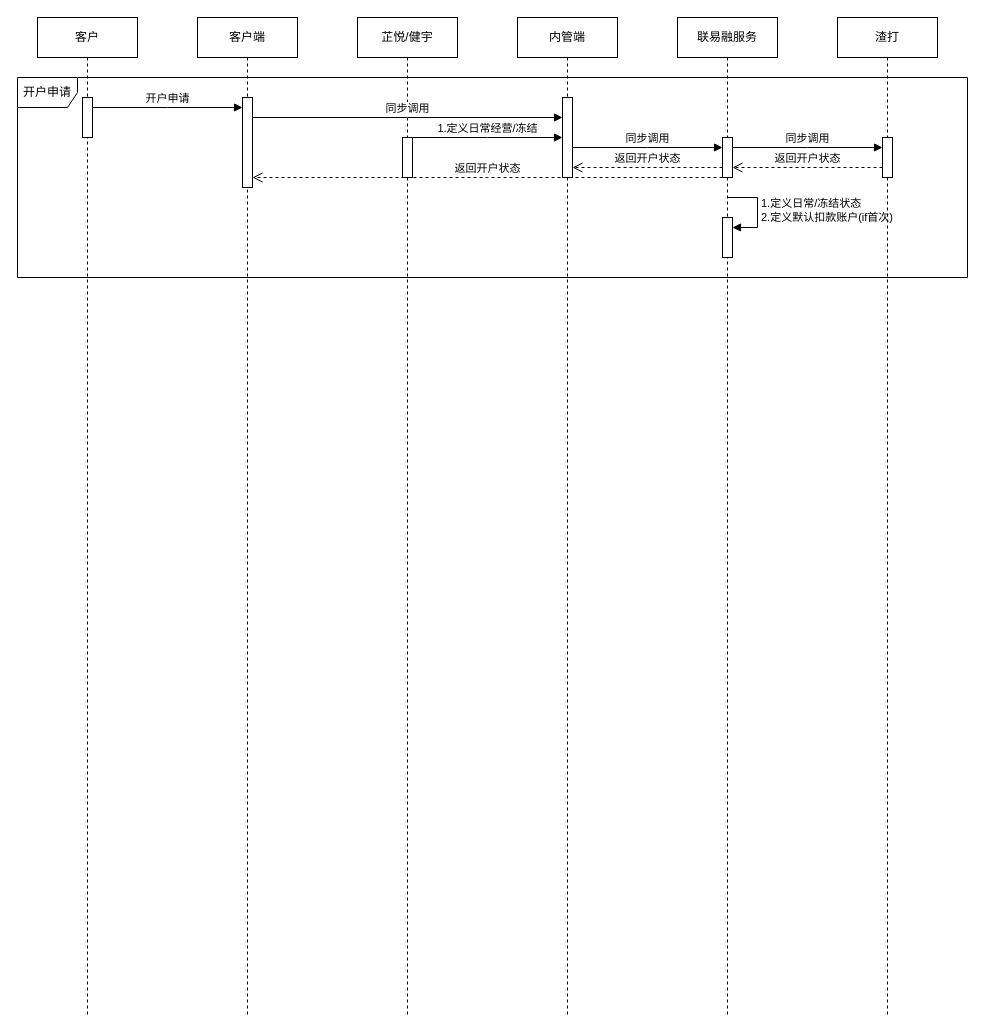
Earlier version of the draw.io diagram LLSI/账户开户状态.drawio (0573xieguojia/To-program). Source tidied: cells renumbered, new cells numbered last; positions are measured from the earlier drawing's top-left corner, leaving out a move shared by most shapes. Both pictures are drawn from the tidied source at 100%, with x=0, y=0 at pixel (17, 17).
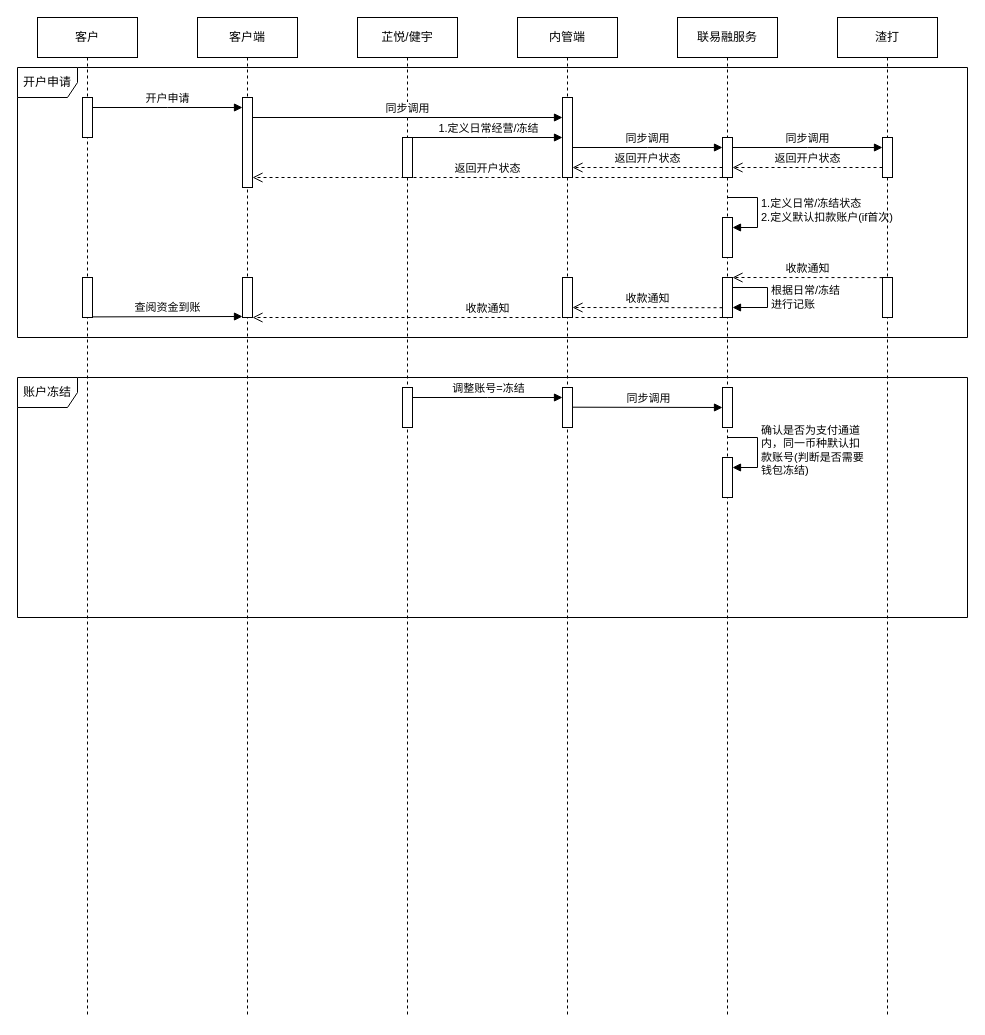
The same page after the edit.

Commit message (it also covers changes not shown here):
更新账户开户状态.drawio

The change refers to these unchanged cells:
```xml
<mxCell id="4" value="客户端" style="shape=umlLifeline;perimeter=lifelinePerimeter;whiteSpace=wrap;html=1;newEdgeStyle={&quot;edgeStyle&quot;:&quot;elbowEdgeStyle&quot;,&quot;elbow&quot;:&quot;vertical&quot;,&quot;curved&quot;:0,&quot;rounded&quot;:0};" parent="1" vertex="1">
  <mxGeometry x="180" width="100" height="1000" as="geometry" />
</mxCell>
<mxCell id="8" value="联易融服务" style="shape=umlLifeline;perimeter=lifelinePerimeter;whiteSpace=wrap;html=1;newEdgeStyle={&quot;edgeStyle&quot;:&quot;elbowEdgeStyle&quot;,&quot;elbow&quot;:&quot;vertical&quot;,&quot;curved&quot;:0,&quot;rounded&quot;:0};" parent="1" vertex="1">
  <mxGeometry x="660" width="100" height="1000" as="geometry" />
</mxCell>
```

What changed in the source:
```diff
@@
+    <mxCell id="25" style="html=1;perimeter=orthogonalPerimeter;targetShapes=umlLifeline;newEdgeStyle={&quot;edgeStyle&quot;:&quot;elbowEdgeStyle&quot;,&quot;elbow&quot;:&quot;vertical&quot;,&quot;curved&quot;:0,&quot;rounded&quot;:0};" parent="4" vertex="1">
+      <mxGeometry x="45" y="260" width="10" height="40" as="geometry" />
+    </mxCell>
@@
+    <mxCell id="26" style="html=1;points=[];perimeter=orthogonalPerimeter;outlineConnect=0;targetShapes=umlLifeline;portConstraint=eastwest;newEdgeStyle={&quot;edgeStyle&quot;:&quot;elbowEdgeStyle&quot;,&quot;elbow&quot;:&quot;vertical&quot;,&quot;curved&quot;:0,&quot;rounded&quot;:0};" parent="8" vertex="1">
+      <mxGeometry x="45" y="440" width="10" height="40" as="geometry" />
+    </mxCell>
+    <mxCell id="27" value="确认是否为支付通道&lt;br&gt;内，同一币种默认扣&lt;br&gt;款账号(判断是否需要&lt;br&gt;钱包冻结)" style="html=1;align=left;spacingLeft=2;endArrow=block;rounded=0;edgeStyle=orthogonalEdgeStyle;curved=0;rounded=0;" parent="8" edge="1" target="26">
+      <mxGeometry relative="1" as="geometry">
+        <mxPoint x="50" y="420" as="sourcePoint" />
+        <Array as="points">
+          <mxPoint x="80" y="450" />
+        </Array>
+      </mxGeometry>
+    </mxCell>
@@
     <mxCell id="15" value="开户申请" style="shape=umlFrame;whiteSpace=wrap;html=1;" parent="1" vertex="1">
-      <mxGeometry y="60" width="950" height="200" as="geometry" />
+      <mxGeometry y="50" width="950" height="270" as="geometry" />
     </mxCell>
@@
     <mxCell id="18" value="1.定义日常经营/冻结" style="html=1;verticalAlign=bottom;endArrow=block;edgeStyle=elbowEdgeStyle;elbow=vertical;curved=0;rounded=0;" parent="1" edge="1">
-      <mxGeometry relative="1" as="geometry">
+      <mxGeometry x="0.01" relative="1" as="geometry">
         <mxPoint x="395" y="120" as="sourcePoint" />
         <mxPoint x="545" y="120" as="targetPoint" />
       </mxGeometry>
     </mxCell>
@@
+    <mxCell id="28" value="账户冻结" style="shape=umlFrame;whiteSpace=wrap;html=1;" parent="1" vertex="1">
+      <mxGeometry y="360" width="950" height="240" as="geometry" />
+    </mxCell>
+    <mxCell id="29" style="html=1;perimeter=orthogonalPerimeter;targetShapes=umlLifeline;newEdgeStyle={&quot;edgeStyle&quot;:&quot;elbowEdgeStyle&quot;,&quot;elbow&quot;:&quot;vertical&quot;,&quot;curved&quot;:0,&quot;rounded&quot;:0};" parent="1" vertex="1">
+      <mxGeometry x="865" y="260" width="10" height="40" as="geometry" />
+    </mxCell>
+    <mxCell id="30" style="html=1;points=[];perimeter=orthogonalPerimeter;outlineConnect=0;targetShapes=umlLifeline;portConstraint=eastwest;newEdgeStyle={&quot;edgeStyle&quot;:&quot;elbowEdgeStyle&quot;,&quot;elbow&quot;:&quot;vertical&quot;,&quot;curved&quot;:0,&quot;rounded&quot;:0};" parent="1" vertex="1">
+      <mxGeometry x="705" y="260" width="10" height="40" as="geometry" />
+    </mxCell>
+    <mxCell id="31" style="html=1;perimeter=orthogonalPerimeter;targetShapes=umlLifeline;newEdgeStyle={&quot;edgeStyle&quot;:&quot;elbowEdgeStyle&quot;,&quot;elbow&quot;:&quot;vertical&quot;,&quot;curved&quot;:0,&quot;rounded&quot;:0};" parent="1" vertex="1">
+      <mxGeometry x="545" y="260" width="10" height="40" as="geometry" />
+    </mxCell>
+    <mxCell id="32" style="html=1;perimeter=orthogonalPerimeter;targetShapes=umlLifeline;newEdgeStyle={&quot;edgeStyle&quot;:&quot;elbowEdgeStyle&quot;,&quot;elbow&quot;:&quot;vertical&quot;,&quot;curved&quot;:0,&quot;rounded&quot;:0};" parent="1" vertex="1">
+      <mxGeometry x="65" y="260" width="10" height="40" as="geometry" />
+    </mxCell>
+    <mxCell id="33" value="收款通知" style="html=1;verticalAlign=bottom;endArrow=open;dashed=1;endSize=8;edgeStyle=elbowEdgeStyle;elbow=vertical;curved=0;rounded=0;exitX=0.5;exitY=0.75;exitDx=0;exitDy=0;exitPerimeter=0;" parent="1" edge="1">
+      <mxGeometry relative="1" as="geometry">
+        <mxPoint x="865" y="260.1" as="sourcePoint" />
+        <mxPoint x="715" y="260.1" as="targetPoint" />
+      </mxGeometry>
+    </mxCell>
+    <mxCell id="34" value="收款通知" style="html=1;verticalAlign=bottom;endArrow=open;dashed=1;endSize=8;edgeStyle=elbowEdgeStyle;elbow=vertical;curved=0;rounded=0;" parent="1" edge="1" source="30">
+      <mxGeometry relative="1" as="geometry">
+        <mxPoint x="235" y="300" as="targetPoint" />
+      </mxGeometry>
+    </mxCell>
+    <mxCell id="35" value="根据日常/冻结&lt;br&gt;进行记账" style="html=1;align=left;spacingLeft=2;endArrow=block;rounded=0;edgeStyle=orthogonalEdgeStyle;curved=0;rounded=0;" parent="1" edge="1" source="30" target="30">
+      <mxGeometry relative="1" as="geometry">
+        <Array as="points">
+          <mxPoint x="750" y="270" />
+          <mxPoint x="750" y="290" />
+        </Array>
+      </mxGeometry>
+    </mxCell>
+    <mxCell id="36" value="收款通知" style="html=1;verticalAlign=bottom;endArrow=open;dashed=1;endSize=8;edgeStyle=elbowEdgeStyle;elbow=vertical;curved=0;rounded=0;exitX=0.5;exitY=0.75;exitDx=0;exitDy=0;exitPerimeter=0;" parent="1" edge="1">
+      <mxGeometry relative="1" as="geometry">
+        <mxPoint x="705" y="290.2" as="sourcePoint" />
+        <mxPoint x="555" y="290.2" as="targetPoint" />
+      </mxGeometry>
+    </mxCell>
+    <mxCell id="37" value="查阅资金到账" style="html=1;verticalAlign=bottom;endArrow=block;edgeStyle=elbowEdgeStyle;elbow=vertical;curved=0;rounded=0;" parent="1" edge="1">
+      <mxGeometry relative="1" as="geometry">
+        <mxPoint x="75" y="299.4" as="sourcePoint" />
+        <mxPoint x="225" y="299.4" as="targetPoint" />
+      </mxGeometry>
+    </mxCell>
+    <mxCell id="38" style="html=1;perimeter=orthogonalPerimeter;targetShapes=umlLifeline;newEdgeStyle={&quot;edgeStyle&quot;:&quot;elbowEdgeStyle&quot;,&quot;elbow&quot;:&quot;vertical&quot;,&quot;curved&quot;:0,&quot;rounded&quot;:0};" parent="1" vertex="1">
+      <mxGeometry x="545" y="370" width="10" height="40" as="geometry" />
+    </mxCell>
+    <mxCell id="39" style="html=1;perimeter=orthogonalPerimeter;targetShapes=umlLifeline;newEdgeStyle={&quot;edgeStyle&quot;:&quot;elbowEdgeStyle&quot;,&quot;elbow&quot;:&quot;vertical&quot;,&quot;curved&quot;:0,&quot;rounded&quot;:0};" parent="1" vertex="1">
+      <mxGeometry x="385" y="370" width="10" height="40" as="geometry" />
+    </mxCell>
+    <mxCell id="40" style="html=1;perimeter=orthogonalPerimeter;targetShapes=umlLifeline;newEdgeStyle={&quot;edgeStyle&quot;:&quot;elbowEdgeStyle&quot;,&quot;elbow&quot;:&quot;vertical&quot;,&quot;curved&quot;:0,&quot;rounded&quot;:0};" parent="1" vertex="1">
+      <mxGeometry x="705" y="370" width="10" height="40" as="geometry" />
+    </mxCell>
+    <mxCell id="41" value="调整账号=冻结" style="html=1;verticalAlign=bottom;endArrow=block;edgeStyle=elbowEdgeStyle;elbow=vertical;curved=0;rounded=0;" parent="1" edge="1">
+      <mxGeometry x="0.01" relative="1" as="geometry">
+        <mxPoint x="395" y="380" as="sourcePoint" />
+        <mxPoint x="545" y="380" as="targetPoint" />
+      </mxGeometry>
+    </mxCell>
+    <mxCell id="42" value="同步调用" style="html=1;verticalAlign=bottom;endArrow=block;edgeStyle=elbowEdgeStyle;elbow=vertical;curved=0;rounded=0;" parent="1" edge="1">
+      <mxGeometry x="0.01" relative="1" as="geometry">
+        <mxPoint x="555" y="389.7" as="sourcePoint" />
+        <mxPoint x="705" y="389.7" as="targetPoint" />
+      </mxGeometry>
+    </mxCell>
```
